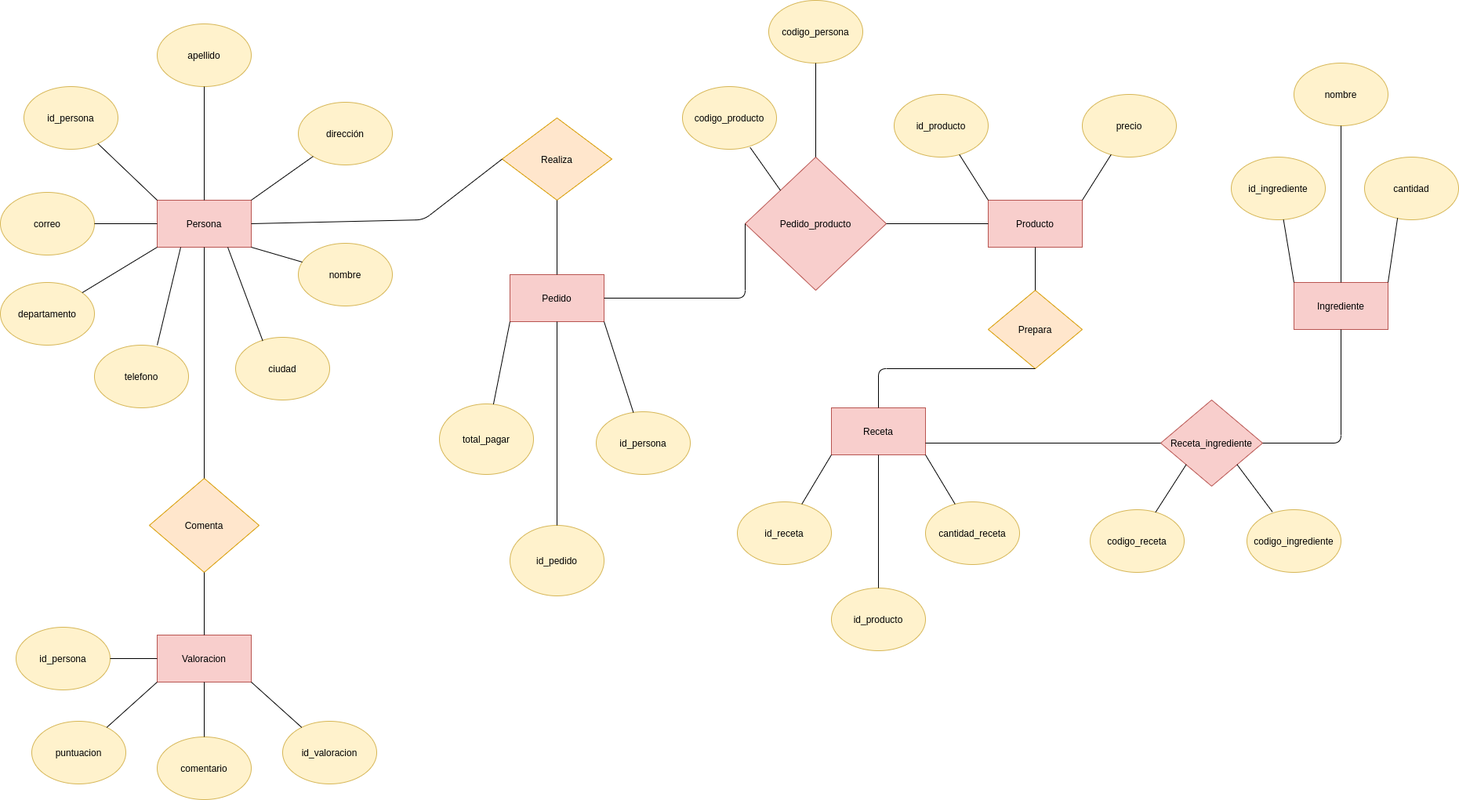
The draw.io diagram Diagrama/ProyectoBD2.png in Gilgamesh06/ProyectoBD, before a commit. Source tidied: cells renumbered, new cells last; positions are measured from the earlier drawing's top-left corner, leaving out a move shared by most shapes.
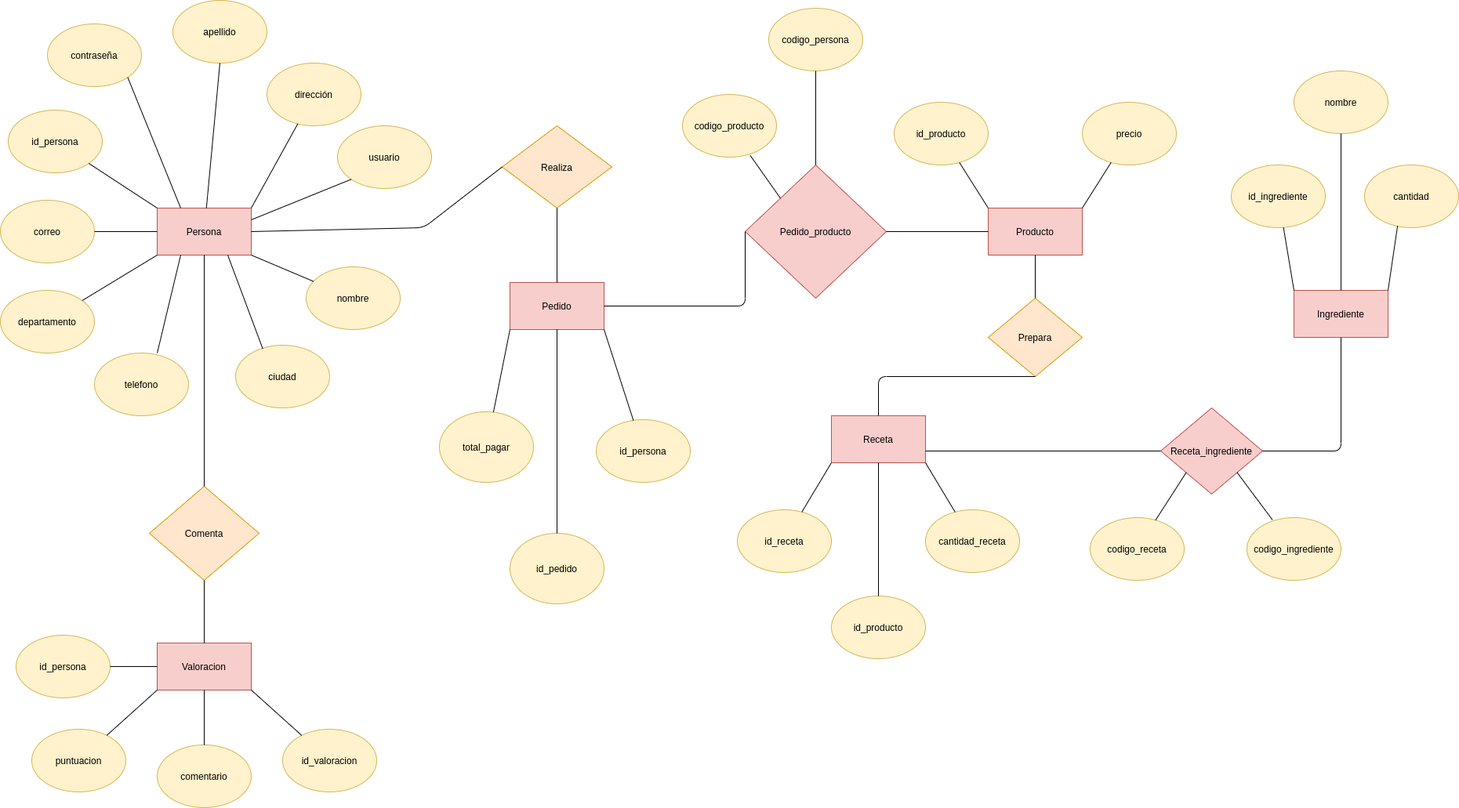
After the commit.

Change to the diagram source:
```diff
@@ -9,16 +9,16 @@
       <mxGeometry x="120" y="440" width="120" height="80" as="geometry" />
     </mxCell>
     <mxCell id="4" value="nombre" style="ellipse;whiteSpace=wrap;html=1;fillColor=#fff2cc;strokeColor=#d6b656;" parent="1" vertex="1">
-      <mxGeometry x="380" y="310" width="120" height="80" as="geometry" />
+      <mxGeometry x="390" y="330" width="120" height="80" as="geometry" />
     </mxCell>
     <mxCell id="5" value="apellido" style="ellipse;whiteSpace=wrap;html=1;fillColor=#fff2cc;strokeColor=#d6b656;" parent="1" vertex="1">
-      <mxGeometry x="200" y="30" width="120" height="80" as="geometry" />
+      <mxGeometry x="220" y="-10" width="120" height="80" as="geometry" />
     </mxCell>
     <mxCell id="6" value="dirección" style="ellipse;whiteSpace=wrap;html=1;fillColor=#fff2cc;strokeColor=#d6b656;" parent="1" vertex="1">
-      <mxGeometry x="380" y="130" width="120" height="80" as="geometry" />
+      <mxGeometry x="340" y="70" width="120" height="80" as="geometry" />
     </mxCell>
     <mxCell id="7" value="id_persona" style="ellipse;whiteSpace=wrap;html=1;fillColor=#fff2cc;strokeColor=#d6b656;" parent="1" vertex="1">
-      <mxGeometry x="30" y="110" width="120" height="80" as="geometry" />
+      <mxGeometry x="10" y="130" width="120" height="80" as="geometry" />
     </mxCell>
     <mxCell id="8" value="departamento" style="ellipse;whiteSpace=wrap;html=1;fillColor=#fff2cc;strokeColor=#d6b656;" parent="1" vertex="1">
       <mxGeometry y="360" width="120" height="80" as="geometry" />
@@ -243,5 +243,17 @@
     <mxCell id="76" style="endArrow=none;html=1;entryX=1;entryY=0.5;entryDx=0;entryDy=0;" parent="1" edge="1" source="33" target="75">
       <mxGeometry relative="1" as="geometry" />
     </mxCell>
+    <mxCell id="77" value="usuario" style="ellipse;whiteSpace=wrap;html=1;fillColor=#fff2cc;strokeColor=#d6b656;" parent="1" vertex="1">
+      <mxGeometry x="430" y="150" width="120" height="80" as="geometry" />
+    </mxCell>
+    <mxCell id="78" style="endArrow=none;html=1;entryX=0;entryY=1;entryDx=0;entryDy=0;exitX=1;exitY=0.25;exitDx=0;exitDy=0;" parent="1" edge="1" source="2" target="77">
+      <mxGeometry relative="1" as="geometry" />
+    </mxCell>
+    <mxCell id="79" value="contraseña" style="ellipse;whiteSpace=wrap;html=1;fillColor=#fff2cc;strokeColor=#d6b656;" parent="1" vertex="1">
+      <mxGeometry x="60" y="20" width="120" height="80" as="geometry" />
+    </mxCell>
+    <mxCell id="80" style="endArrow=none;html=1;entryX=1;entryY=1;entryDx=0;entryDy=0;exitX=0.25;exitY=0;exitDx=0;exitDy=0;" parent="1" edge="1" source="2" target="79">
+      <mxGeometry relative="1" as="geometry" />
+    </mxCell>
   </root>
 </mxGraphModel>
```
